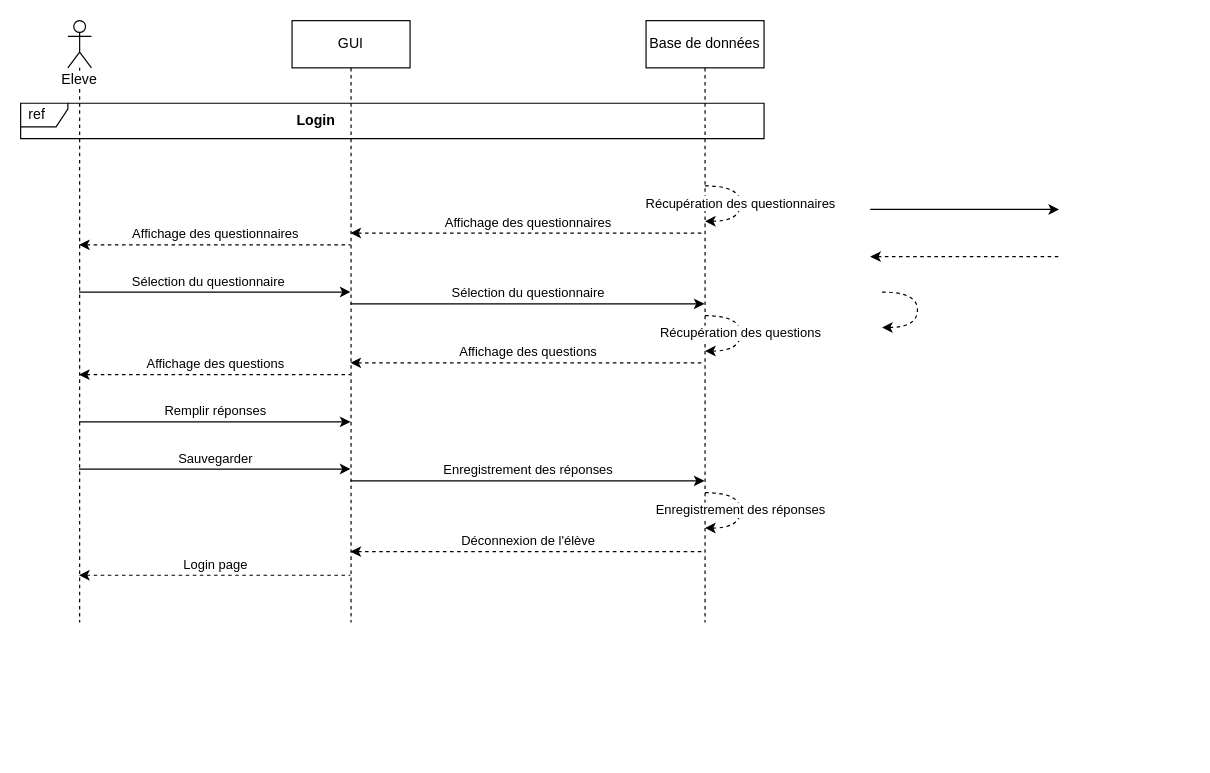
Above: SequenceEleve.drawio in Devetik/Diagrammes (draw.io), before the change. Source tidied: cells renumbered, new cells numbered last; positions are measured from the earlier drawing's top-left corner, leaving out a move shared by most shapes. Both pictures are drawn from the tidied source at 118%, with x=0, y=0 at pixel (20, 20).
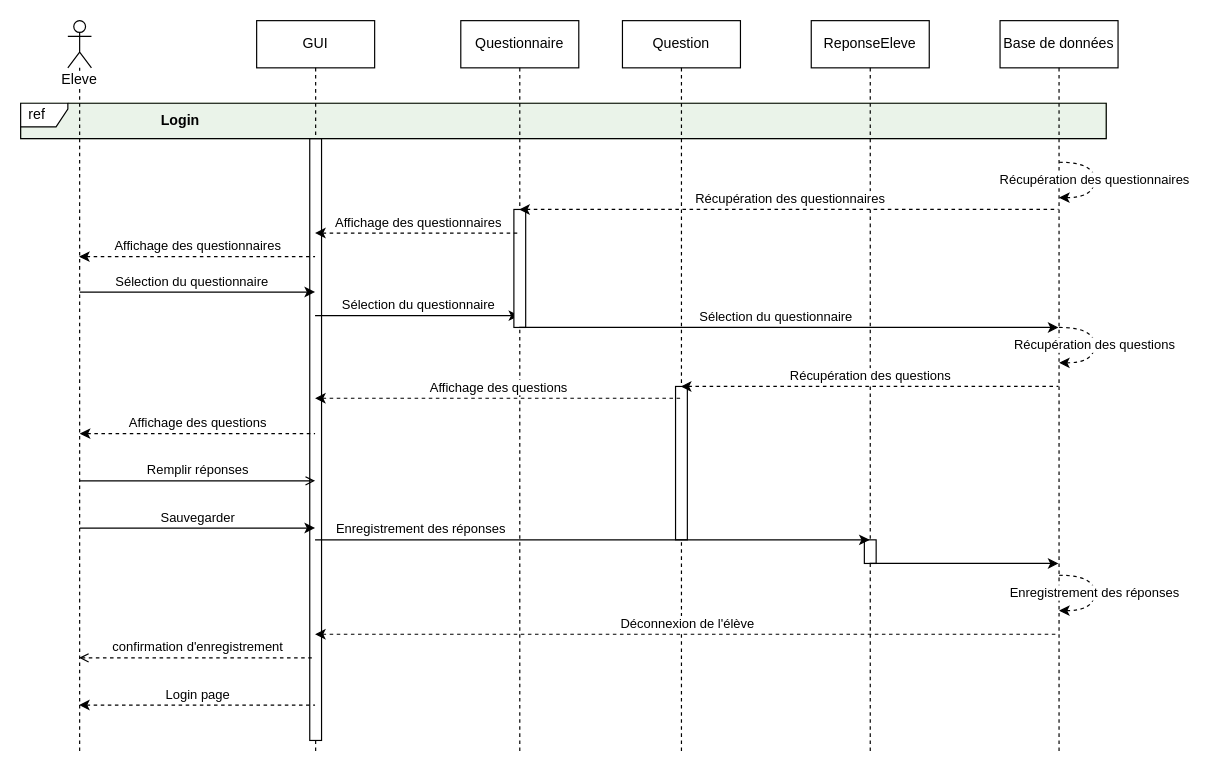
The same page after the edit.

What changed in the source:
```diff
@@
+    <mxCell id="24" style="rounded=0;whiteSpace=wrap;html=1;labelBackgroundColor=default;fillColor=#d5e8d4;strokeColor=#82b366;opacity=50;" parent="1" vertex="1">
+      <mxGeometry y="70" width="920" height="30" as="geometry" />
+    </mxCell>
     <mxCell id="2" value="Eleve" style="shape=umlLifeline;participant=umlActor;perimeter=lifelinePerimeter;whiteSpace=wrap;html=1;verticalAlign=top;spacingTop=36;outlineConnect=0;labelBackgroundColor=default;" parent="1" vertex="1">
-      <mxGeometry x="40" width="20" height="510" as="geometry" />
+      <mxGeometry x="40" width="20" height="620" as="geometry" />
     </mxCell>
     <mxCell id="3" value="Base de données" style="shape=umlLifeline;perimeter=lifelinePerimeter;whiteSpace=wrap;html=1;outlineConnect=0;labelBackgroundColor=default;" parent="1" vertex="1">
-      <mxGeometry x="530" width="100" height="510" as="geometry" />
+      <mxGeometry x="830" width="100" height="620" as="geometry" />
     </mxCell>
     <mxCell id="4" value="Récupération des questions" style="curved=1;endArrow=classic;html=1;rounded=0;dashed=1;" parent="3" edge="1">
       <mxGeometry relative="1" as="geometry">
-        <mxPoint x="50" y="250" as="sourcePoint" />
-        <mxPoint x="50" y="280" as="targetPoint" />
+        <mxPoint x="50" y="260" as="sourcePoint" />
+        <mxPoint x="50" y="290" as="targetPoint" />
         <Array as="points">
-          <mxPoint x="80" y="250" />
-          <mxPoint x="80" y="280" />
+          <mxPoint x="80" y="260" />
+          <mxPoint x="80" y="290" />
         </Array>
       </mxGeometry>
     </mxCell>
     <mxCell id="5" value="Récupération des questionnaires" style="curved=1;endArrow=classic;html=1;rounded=0;dashed=1;" parent="3" edge="1">
       <mxGeometry relative="1" as="geometry">
-        <mxPoint x="50" y="140" as="sourcePoint" />
-        <mxPoint x="50" y="170" as="targetPoint" />
+        <mxPoint x="50" y="120" as="sourcePoint" />
+        <mxPoint x="50" y="150" as="targetPoint" />
         <Array as="points">
-          <mxPoint x="80" y="140" />
-          <mxPoint x="80" y="170" />
+          <mxPoint x="80" y="120" />
+          <mxPoint x="80" y="150" />
         </Array>
       </mxGeometry>
     </mxCell>
     <mxCell id="6" value="Enregistrement des réponses" style="curved=1;endArrow=classic;html=1;rounded=0;dashed=1;" parent="3" edge="1">
       <mxGeometry relative="1" as="geometry">
-        <mxPoint x="50" y="400" as="sourcePoint" />
-        <mxPoint x="50" y="430" as="targetPoint" />
+        <mxPoint x="50" y="470" as="sourcePoint" />
+        <mxPoint x="50" y="500" as="targetPoint" />
         <Array as="points">
-          <mxPoint x="80" y="400" />
-          <mxPoint x="80" y="430" />
+          <mxPoint x="80" y="470" />
+          <mxPoint x="80" y="500" />
         </Array>
       </mxGeometry>
     </mxCell>
-    <mxCell id="7" style="endArrow=classic;html=1;rounded=0;verticalAlign=bottom;" parent="1" edge="1">
-      <mxGeometry relative="1" as="geometry">
-        <mxPoint x="720" y="160" as="sourcePoint" />
-        <mxPoint x="880" y="160" as="targetPoint" />
-      </mxGeometry>
-    </mxCell>
-    <mxCell id="8" style="endArrow=none;html=1;rounded=0;verticalAlign=bottom;endFill=0;startArrow=classic;startFill=1;dashed=1;" parent="1" edge="1">
-      <mxGeometry relative="1" as="geometry">
-        <mxPoint x="720" y="200" as="sourcePoint" />
-        <mxPoint x="880" y="200" as="targetPoint" />
-      </mxGeometry>
-    </mxCell>
-    <mxCell id="9" style="curved=1;endArrow=classic;html=1;rounded=0;dashed=1;" parent="1" edge="1">
-      <mxGeometry relative="1" as="geometry">
-        <mxPoint x="730" y="230" as="sourcePoint" />
-        <mxPoint x="730" y="260" as="targetPoint" />
-        <Array as="points">
-          <mxPoint x="760" y="230" />
-          <mxPoint x="760" y="260" />
-        </Array>
-      </mxGeometry>
-    </mxCell>
     <mxCell id="10" value="GUI" style="shape=umlLifeline;perimeter=lifelinePerimeter;whiteSpace=wrap;html=1;outlineConnect=0;labelBackgroundColor=default;" parent="1" vertex="1">
-      <mxGeometry x="230" width="100" height="510" as="geometry" />
+      <mxGeometry x="200" width="100" height="620" as="geometry" />
     </mxCell>
-    <mxCell id="11" value="Affichage des questionnaires" style="endArrow=none;html=1;rounded=0;verticalAlign=bottom;endFill=0;startArrow=classic;startFill=1;dashed=1;" parent="1" edge="1" source="10" target="3">
-      <mxGeometry relative="1" as="geometry">
-        <Array as="points">
-          <mxPoint x="320" y="180" />
-        </Array>
-      </mxGeometry>
-    </mxCell>
+    <mxCell id="25" style="rounded=0;whiteSpace=wrap;html=1;labelBackgroundColor=default;fillColor=default;" parent="10" vertex="1">
+      <mxGeometry x="45" y="100" width="10" height="510" as="geometry" />
+    </mxCell>
-    <mxCell id="12" value="Sélection du questionnaire" style="endArrow=classic;html=1;rounded=0;verticalAlign=bottom;" parent="1" edge="1" source="2" target="10">
+    <mxCell id="12" value="Sélection du questionnaire" style="endArrow=classic;html=1;rounded=0;verticalAlign=bottom;" parent="1" edge="1" target="10">
       <mxGeometry x="-0.05" relative="1" as="geometry">
+        <mxPoint x="50.1" y="230" as="sourcePoint" />
         <Array as="points">
           <mxPoint x="140" y="230" />
         </Array>
       </mxGeometry>
     </mxCell>
-    <mxCell id="13" value="Affichage des questions" style="endArrow=none;html=1;rounded=0;verticalAlign=bottom;endFill=0;startArrow=classic;startFill=1;dashed=1;" parent="1" edge="1" source="2" target="10">
+    <mxCell id="13" value="Affichage des questions" style="endArrow=none;html=1;rounded=0;verticalAlign=bottom;endFill=0;startArrow=classic;startFill=1;dashed=1;" parent="1" edge="1" target="10">
       <mxGeometry relative="1" as="geometry">
+        <mxPoint x="50.1" y="350" as="sourcePoint" />
         <Array as="points">
-          <mxPoint x="120" y="300" />
-          <mxPoint x="190" y="300" />
+          <mxPoint x="120" y="350" />
+          <mxPoint x="190" y="350" />
         </Array>
       </mxGeometry>
     </mxCell>
-    <mxCell id="14" value="Remplir réponses" style="endArrow=classic;html=1;rounded=0;verticalAlign=bottom;" parent="1" edge="1" source="2" target="10">
+    <mxCell id="14" value="Remplir réponses" style="endArrow=open;html=1;rounded=0;verticalAlign=bottom;endFill=0;" parent="1" edge="1" target="10">
       <mxGeometry relative="1" as="geometry">
+        <mxPoint x="50.1" y="390" as="sourcePoint" />
         <Array as="points">
-          <mxPoint x="80" y="340" />
-          <mxPoint x="120" y="340" />
+          <mxPoint x="80" y="390" />
+          <mxPoint x="120" y="390" />
         </Array>
       </mxGeometry>
     </mxCell>
-    <mxCell id="15" value="Sélection du questionnaire" style="endArrow=classic;html=1;rounded=0;verticalAlign=bottom;" parent="1" edge="1" source="10" target="3">
+    <mxCell id="15" value="Sélection du questionnaire" style="endArrow=classic;html=1;rounded=0;verticalAlign=bottom;" parent="1" edge="1" source="10" target="28">
       <mxGeometry relative="1" as="geometry">
         <Array as="points">
-          <mxPoint x="510" y="240" />
+          <mxPoint x="320" y="250" />
         </Array>
       </mxGeometry>
     </mxCell>
-    <mxCell id="16" value="Affichage des questions" style="endArrow=none;html=1;rounded=0;verticalAlign=bottom;endFill=0;startArrow=classic;startFill=1;dashed=1;" parent="1" edge="1" source="10" target="3">
-      <mxGeometry relative="1" as="geometry">
-        <Array as="points">
-          <mxPoint x="500" y="290" />
-        </Array>
-      </mxGeometry>
-    </mxCell>
-    <mxCell id="17" value="Sauvegarder" style="endArrow=classic;html=1;rounded=0;verticalAlign=bottom;" parent="1" edge="1" source="2" target="10">
+    <mxCell id="17" value="Sauvegarder" style="endArrow=classic;html=1;rounded=0;verticalAlign=bottom;endFill=1;" parent="1" edge="1" target="10">
       <mxGeometry relative="1" as="geometry">
+        <mxPoint x="50.1" y="430" as="sourcePoint" />
         <Array as="points">
-          <mxPoint x="130" y="380" />
+          <mxPoint x="130" y="430" />
         </Array>
       </mxGeometry>
     </mxCell>
-    <mxCell id="18" value="Enregistrement des réponses" style="endArrow=classic;html=1;rounded=0;verticalAlign=bottom;" parent="1" edge="1" source="10" target="3">
-      <mxGeometry relative="1" as="geometry">
-        <Array as="points">
-          <mxPoint x="560" y="390" />
-        </Array>
-      </mxGeometry>
-    </mxCell>
     <mxCell id="19" value="Affichage des questionnaires" style="endArrow=none;html=1;rounded=0;verticalAlign=bottom;endFill=0;startArrow=classic;startFill=1;dashed=1;" parent="1" edge="1" source="2" target="10">
       <mxGeometry relative="1" as="geometry">
         <Array as="points">
-          <mxPoint x="150" y="190" />
+          <mxPoint x="80" y="200" />
+          <mxPoint x="200" y="200" />
         </Array>
       </mxGeometry>
     </mxCell>
-    <mxCell id="20" value="Déconnexion de l'élève" style="endArrow=none;html=1;rounded=0;verticalAlign=bottom;endFill=0;startArrow=classic;startFill=1;dashed=1;" parent="1" edge="1" source="10">
-      <mxGeometry relative="1" as="geometry">
-        <mxPoint x="580" y="450" as="targetPoint" />
-      </mxGeometry>
-    </mxCell>
-    <mxCell id="21" value="Login page" style="endArrow=none;html=1;rounded=0;verticalAlign=bottom;endFill=0;startArrow=classic;startFill=1;dashed=1;" parent="1" edge="1" source="2" target="10">
-      <mxGeometry relative="1" as="geometry">
-        <Array as="points">
-          <mxPoint x="170" y="470" />
-        </Array>
-      </mxGeometry>
-    </mxCell>
-    <mxCell id="22" value="ref" style="shape=umlFrame;whiteSpace=wrap;html=1;width=40;height=20;boundedLbl=1;verticalAlign=middle;align=left;spacingLeft=5;labelBackgroundColor=default;" parent="1" vertex="1">
-      <mxGeometry y="70" width="630" height="30" as="geometry" />
+    <mxCell id="22" value="ref" style="shape=umlFrame;whiteSpace=wrap;html=1;width=40;height=20;boundedLbl=1;verticalAlign=middle;align=left;spacingLeft=5;labelBackgroundColor=default;swimlaneFillColor=none;" parent="1" vertex="1">
+      <mxGeometry y="70" width="920" height="30" as="geometry" />
     </mxCell>
     <mxCell id="23" value="Login" style="text;html=1;align=center;verticalAlign=middle;strokeColor=none;fillColor=none;fontStyle=1;" parent="1" vertex="1">
-      <mxGeometry x="225" y="75" width="50" height="20" as="geometry" />
+      <mxGeometry x="110" y="75" width="50" height="20" as="geometry" />
     </mxCell>
+    <mxCell id="26" value="Question" style="shape=umlLifeline;perimeter=lifelinePerimeter;whiteSpace=wrap;html=1;outlineConnect=0;labelBackgroundColor=default;" parent="1" vertex="1">
+      <mxGeometry x="510" width="100" height="620" as="geometry" />
+    </mxCell>
+    <mxCell id="27" style="rounded=0;whiteSpace=wrap;html=1;labelBackgroundColor=default;fillColor=default;" parent="26" vertex="1">
+      <mxGeometry x="45" y="310" width="10" height="130" as="geometry" />
+    </mxCell>
+    <mxCell id="28" value="Questionnaire" style="shape=umlLifeline;perimeter=lifelinePerimeter;whiteSpace=wrap;html=1;outlineConnect=0;labelBackgroundColor=default;" parent="1" vertex="1">
+      <mxGeometry x="373" width="100" height="620" as="geometry" />
+    </mxCell>
+    <mxCell id="29" style="rounded=0;whiteSpace=wrap;html=1;labelBackgroundColor=default;fillColor=default;" parent="28" vertex="1">
+      <mxGeometry x="45" y="160" width="10" height="100" as="geometry" />
+    </mxCell>
+    <mxCell id="30" value="ReponseEleve" style="shape=umlLifeline;perimeter=lifelinePerimeter;whiteSpace=wrap;html=1;outlineConnect=0;labelBackgroundColor=default;" parent="1" vertex="1">
+      <mxGeometry x="670" width="100" height="620" as="geometry" />
+    </mxCell>
+    <mxCell id="31" style="rounded=0;whiteSpace=wrap;html=1;labelBackgroundColor=default;fillColor=default;" parent="30" vertex="1">
+      <mxGeometry x="45" y="440" width="10" height="20" as="geometry" />
+    </mxCell>
+    <mxCell id="32" value="Récupération des questionnaires" style="endArrow=none;html=1;rounded=0;verticalAlign=bottom;endFill=0;startArrow=classic;startFill=1;dashed=1;" parent="1" edge="1" source="28" target="3">
+      <mxGeometry relative="1" as="geometry">
+        <Array as="points">
+          <mxPoint x="740" y="160" />
+        </Array>
+      </mxGeometry>
+    </mxCell>
+    <mxCell id="11" value="Affichage des questionnaires" style="endArrow=none;html=1;rounded=0;verticalAlign=bottom;endFill=0;startArrow=classic;startFill=1;dashed=1;" parent="1" edge="1" source="10" target="28">
+      <mxGeometry relative="1" as="geometry">
+        <Array as="points">
+          <mxPoint x="400" y="180" />
+        </Array>
+      </mxGeometry>
+    </mxCell>
+    <mxCell id="33" value="Récupération des questions" style="endArrow=none;html=1;rounded=0;verticalAlign=bottom;endFill=0;startArrow=classic;startFill=1;dashed=1;" parent="1" edge="1" source="26" target="3">
+      <mxGeometry relative="1" as="geometry">
+        <Array as="points">
+          <mxPoint x="800" y="310" />
+        </Array>
+      </mxGeometry>
+    </mxCell>
+    <mxCell id="16" value="Affichage des questions" style="endArrow=none;html=1;rounded=0;verticalAlign=bottom;endFill=0;startArrow=classic;startFill=1;dashed=1;" parent="1" edge="1" source="10" target="26">
+      <mxGeometry relative="1" as="geometry">
+        <Array as="points">
+          <mxPoint x="360" y="320" />
+        </Array>
+      </mxGeometry>
+    </mxCell>
+    <mxCell id="18" value="Enregistrement des réponses" style="endArrow=classic;html=1;rounded=0;verticalAlign=bottom;" parent="1" edge="1" source="10" target="30">
+      <mxGeometry x="-0.62" relative="1" as="geometry">
+        <Array as="points">
+          <mxPoint x="620" y="440" />
+        </Array>
+      </mxGeometry>
+    </mxCell>
+    <mxCell id="34" style="endArrow=classic;html=1;rounded=0;verticalAlign=bottom;" parent="1" edge="1" source="30" target="3">
+      <mxGeometry relative="1" as="geometry">
+        <Array as="points">
+          <mxPoint x="820" y="460" />
+        </Array>
+      </mxGeometry>
+    </mxCell>
+    <mxCell id="20" value="Déconnexion de l'élève" style="endArrow=none;html=1;rounded=0;verticalAlign=bottom;endFill=0;startArrow=classic;startFill=1;dashed=1;" parent="1" edge="1" source="10" target="3">
+      <mxGeometry relative="1" as="geometry">
+        <Array as="points">
+          <mxPoint x="510" y="520" />
+        </Array>
+      </mxGeometry>
+    </mxCell>
+    <mxCell id="35" value="confirmation d'enregistrement" style="endArrow=none;html=1;rounded=0;verticalAlign=bottom;endFill=0;startArrow=open;startFill=0;dashed=1;" parent="1" edge="1" source="2" target="10">
+      <mxGeometry relative="1" as="geometry">
+        <Array as="points">
+          <mxPoint x="190" y="540" />
+        </Array>
+      </mxGeometry>
+    </mxCell>
+    <mxCell id="21" value="Login page" style="endArrow=none;html=1;rounded=0;verticalAlign=bottom;endFill=0;startArrow=classic;startFill=1;dashed=1;" parent="1" edge="1" source="2" target="10">
+      <mxGeometry relative="1" as="geometry">
+        <Array as="points">
+          <mxPoint x="200" y="580" />
+        </Array>
+      </mxGeometry>
+    </mxCell>
+    <mxCell id="36" value="Sélection du questionnaire" style="endArrow=classic;html=1;rounded=0;verticalAlign=bottom;" parent="1" edge="1" source="28" target="3">
+      <mxGeometry x="-0.05" relative="1" as="geometry">
+        <Array as="points">
+          <mxPoint x="519.9" y="260" />
+          <mxPoint x="800" y="260" />
+        </Array>
+      </mxGeometry>
+    </mxCell>
```
